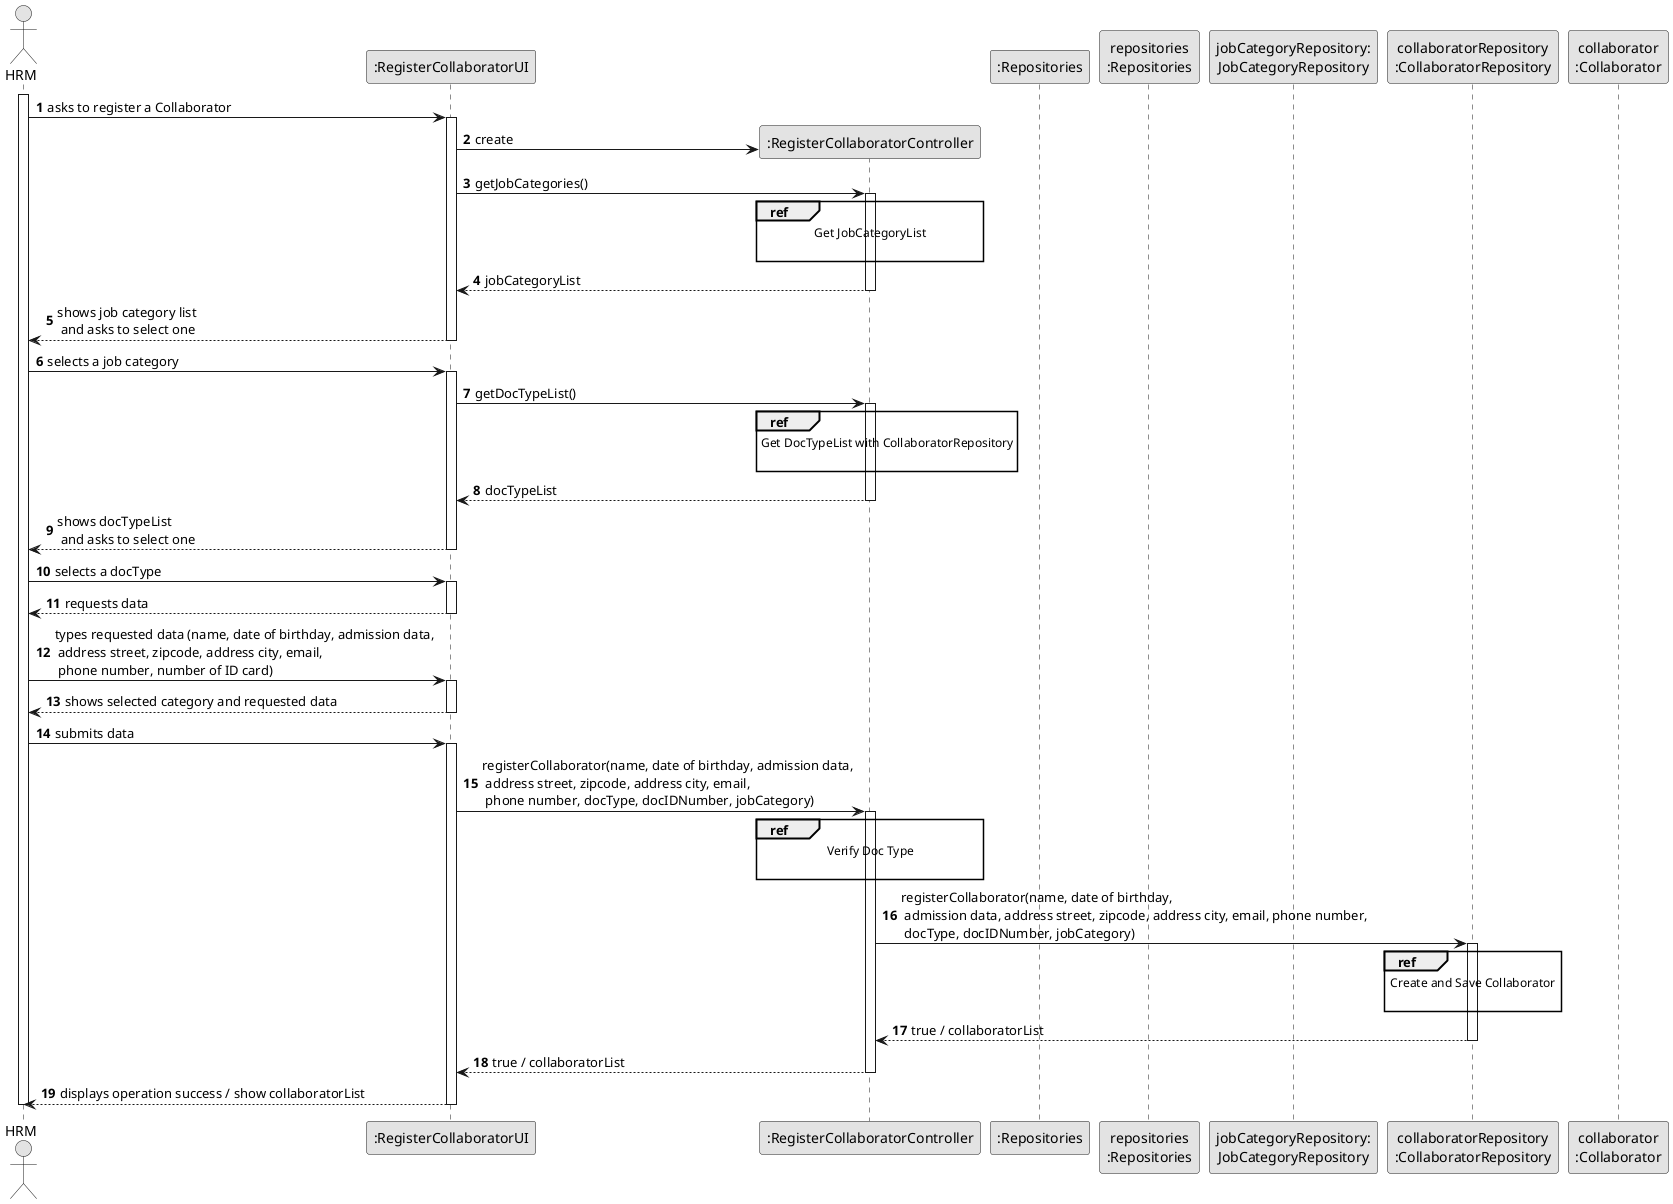
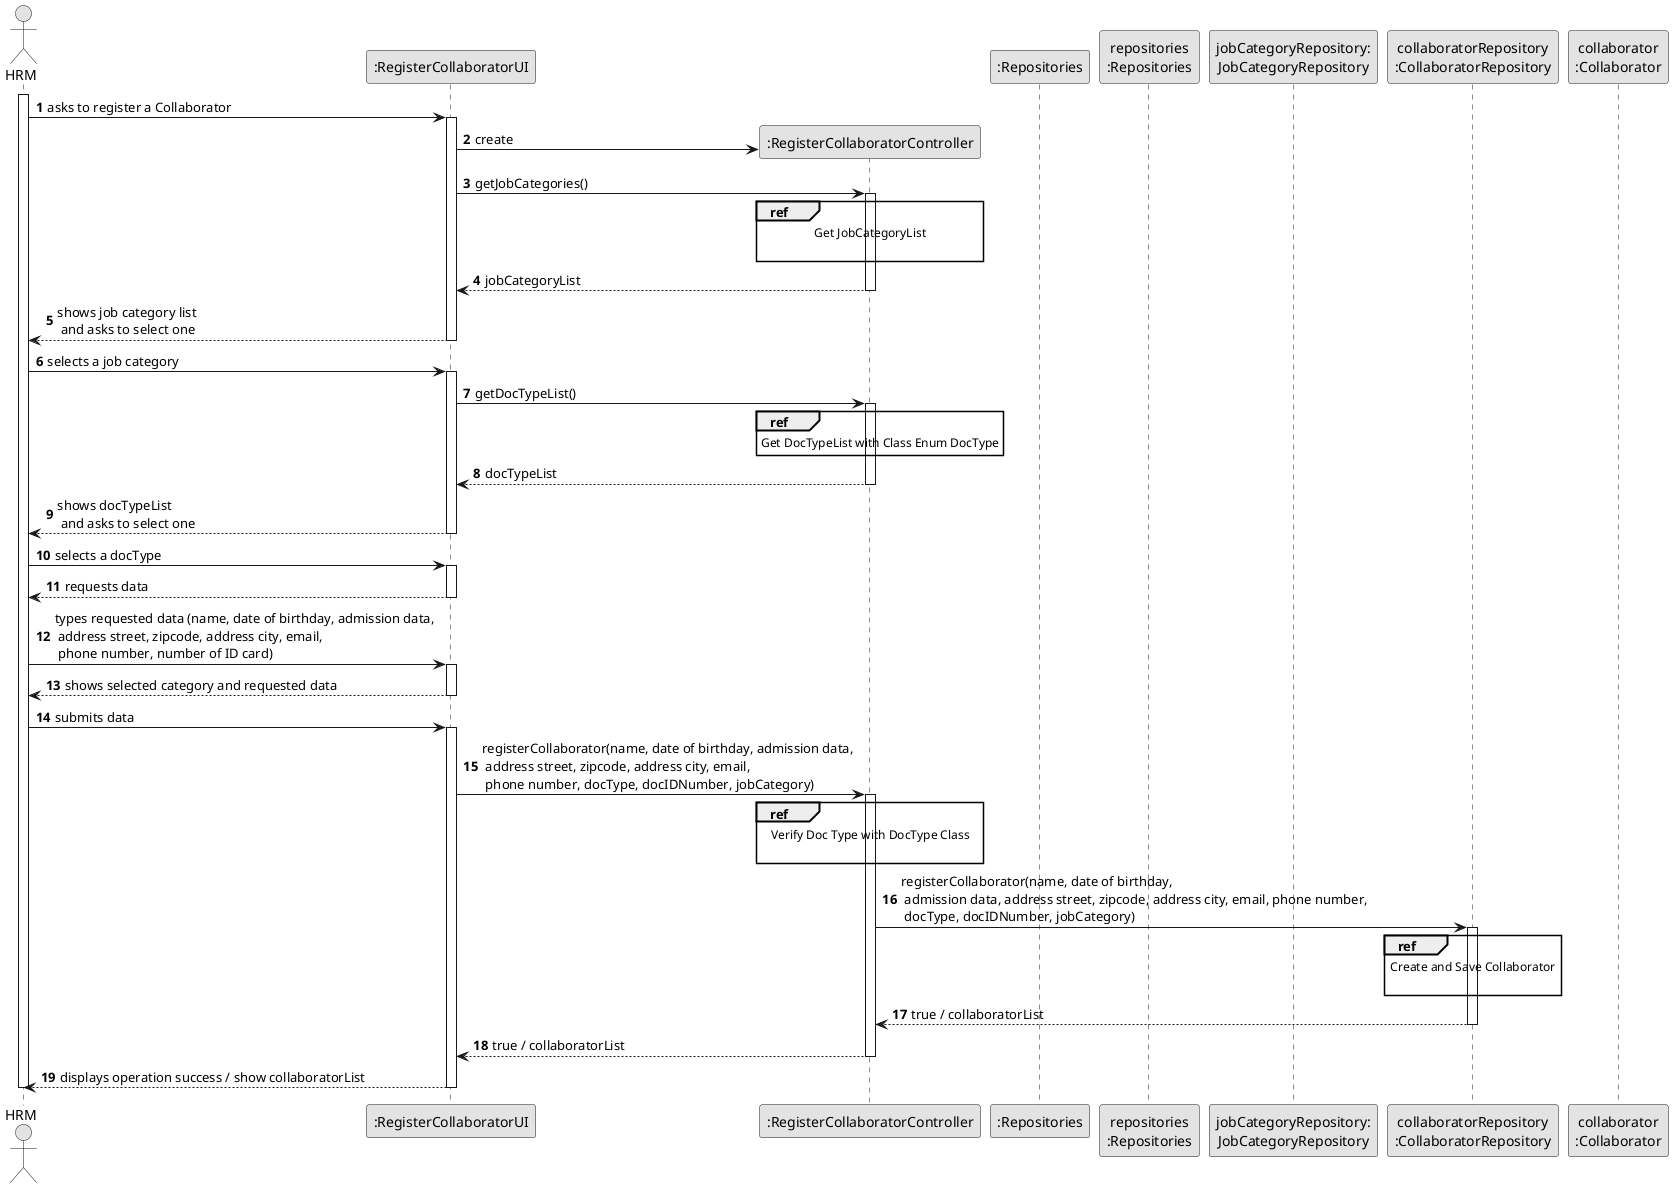
@startuml
skinparam monochrome true
skinparam packageStyle rectangle
skinparam shadowing false

autonumber

actor "HRM" as HRM
participant ":RegisterCollaboratorUI" as UI
participant ":RegisterCollaboratorController" as CTRL
participant ":Repositories" as RepositorySingleton
participant "repositories\n:Repositories" as PLAT
participant "jobCategoryRepository:\nJobCategoryRepository" as JobCategoryRepository
participant "collaboratorRepository\n:CollaboratorRepository" as CollaboratorRepository
participant "collaborator\n:Collaborator" as Collaborator

activate HRM

        HRM -> UI : asks to register a Collaborator

        activate UI

'            UI --> HRM : requests data (reference, description,  informal \n description, technical description, duration, cost)
            'create CTRL
            UI -> CTRL** : create

            UI -> CTRL : getJobCategories()
            activate CTRL

                ref over CTRL
                            Get JobCategoryList

                        end ref

                CTRL --> UI : jobCategoryList
            deactivate CTRL

            UI --> HRM : shows job category list\n and asks to select one
        deactivate UI

    HRM -> UI : selects a job category
    activate UI






    UI -> CTRL : getDocTypeList()
                activate CTRL

                  ref over CTRL
-                               Get DocTypeList with CollaboratorRepository
- 
+                               Get DocTypeList with Class Enum DocType
                          end ref
    CTRL --> UI : docTypeList
    deactivate CTRL



    UI --> HRM : shows docTypeList\n and asks to select one
    deactivate UI

    HRM -> UI : selects a docType
    activate UI


    UI --> HRM : requests data
    deactivate UI








    HRM -> UI : types requested data (name, date of birthday, admission data,\n address street, zipcode, address city, email,\n phone number, number of ID card)
    activate UI

        UI --> HRM : shows selected category and requested data
    deactivate UI

    HRM -> UI : submits data
    activate UI

        UI -> CTRL : registerCollaborator(name, date of birthday, admission data,\n address street, zipcode, address city, email,\n phone number, docType, docIDNumber, jobCategory)
        activate CTRL


                            ref over CTRL
-                                         Verify Doc Type
+                                         Verify Doc Type with DocType Class

                                    end ref



            CTRL -> CollaboratorRepository: registerCollaborator(name, date of birthday,\n admission data, address street, zipcode, address city, email, phone number,\n docType, docIDNumber, jobCategory)
            activate CollaboratorRepository

                ref over CollaboratorRepository
                            Create and Save Collaborator

                        end ref

                CollaboratorRepository --> CTRL : true / collaboratorList

            deactivate CollaboratorRepository

            CTRL --> UI: true / collaboratorList
            deactivate CTRL
            UI --> HRM : displays operation success / show collaboratorList
    deactivate UI

deactivate HRM

@enduml